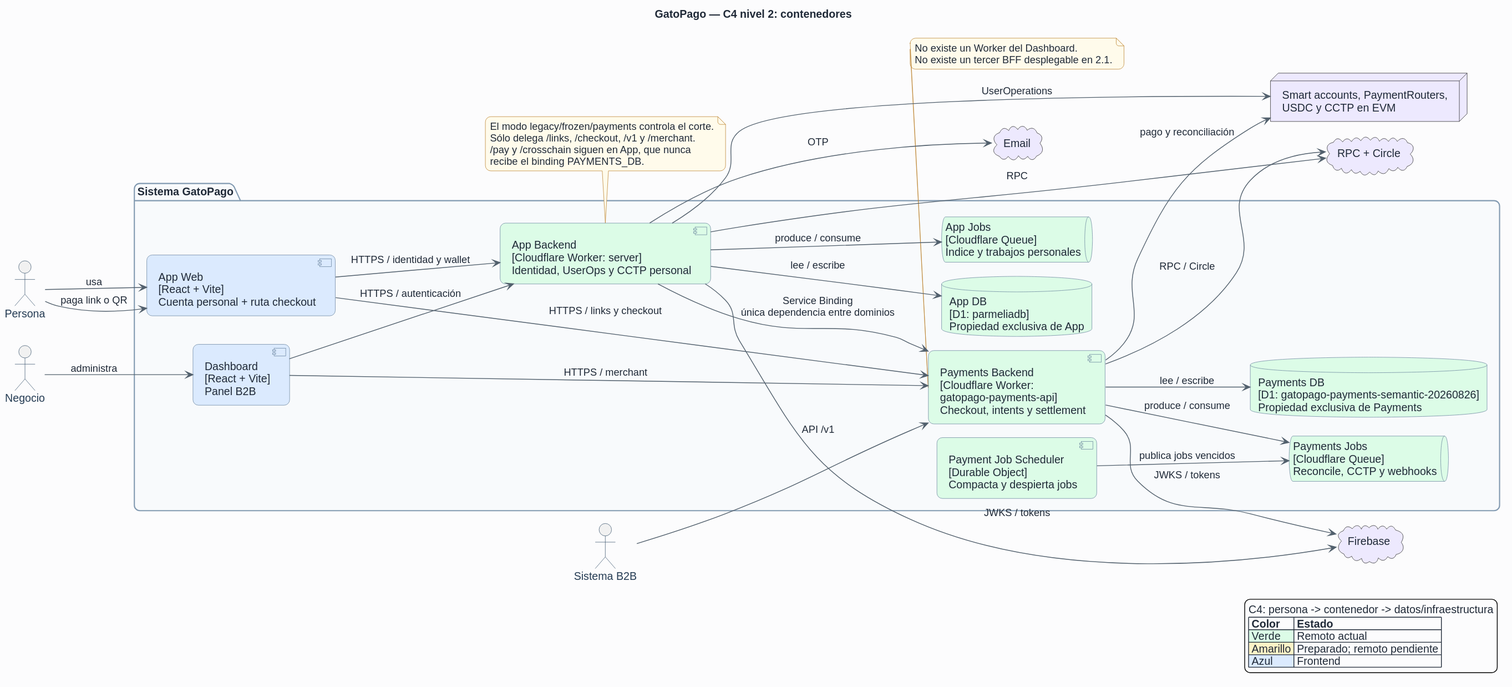
The PlantUML diagram docs/architecture/rendered/02-c4-contenedores.svg in danelerr/parmelia-links, before a commit.
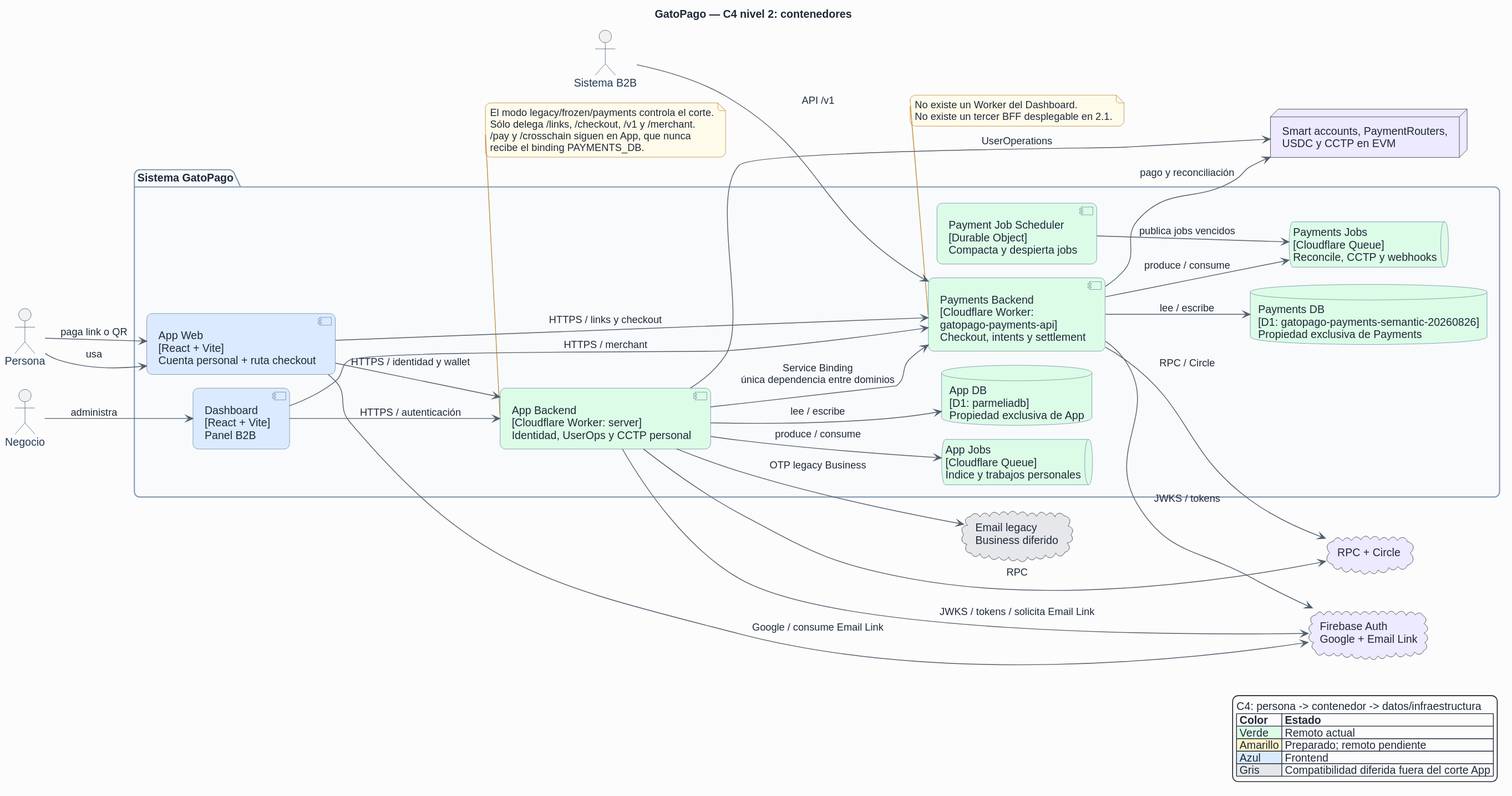
After the change.

Change to the diagram source:
```diff
@@ -22,8 +22,8 @@
   component "Payment Job Scheduler\n[Durable Object]\nCompacta y despierta jobs" as scheduler COLOR_LIVE
 }
 
-cloud "Firebase" as firebase COLOR_EXTERNAL
-cloud "Email" as email COLOR_EXTERNAL
+cloud "Firebase Auth\nGoogle + Email Link" as firebase COLOR_EXTERNAL
+cloud "Email legacy\nBusiness diferido" as email COLOR_FUTURE
 cloud "RPC + Circle" as providers COLOR_EXTERNAL
 node "Smart accounts, PaymentRouters,\nUSDC y CCTP en EVM" as chains COLOR_EXTERNAL
 
@@ -33,6 +33,7 @@
 b2b --> payments_api : API /v1
 
 client --> app_api : HTTPS / identidad y wallet
+client --> firebase : Google / consume Email Link
 client --> payments_api : HTTPS / links y checkout
 dashboard --> app_api : HTTPS / autenticación
 dashboard --> payments_api : HTTPS / merchant
@@ -44,9 +45,9 @@
 payments_api --> payment_jobs : produce / consume
 scheduler --> payment_jobs : publica jobs vencidos
 
-app_api --> firebase : JWKS / tokens
+app_api --> firebase : JWKS / tokens / solicita Email Link
 payments_api --> firebase : JWKS / tokens
-app_api --> email : OTP
+app_api --> email : OTP legacy Business
 app_api --> providers : RPC
 payments_api --> providers : RPC / Circle
 app_api --> chains : UserOperations
@@ -70,5 +71,6 @@
   |<#DCFCE7> Verde | Remoto actual |
   |<#FEF3C7> Amarillo | Preparado; remoto pendiente |
   |<#DBEAFE> Azul | Frontend |
+  |<#E5E7EB> Gris | Compatibilidad diferida fuera del corte App |
 endlegend
 @enduml
```
